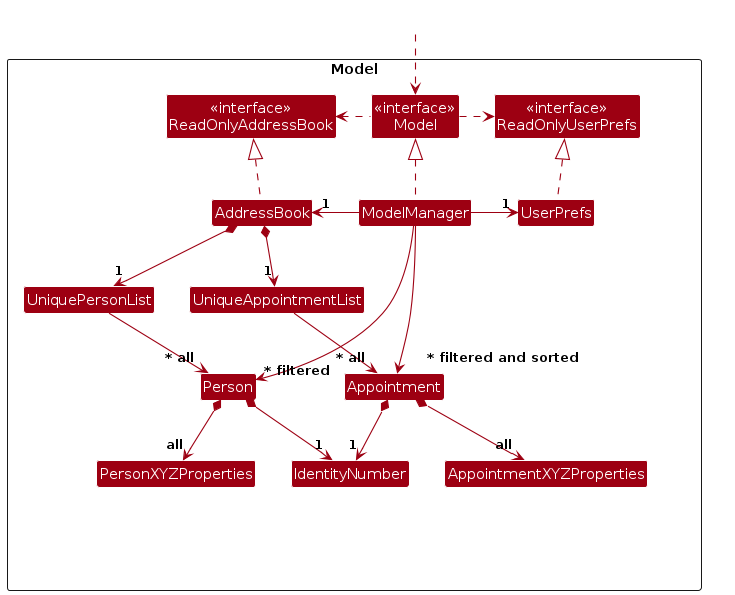
This is diagrams/ModelClassDiagram.png from bananapielearnsjava/tp, a PlantUML export, as it was before one commit. Its source is kept beside it as diagrams/ModelClassDiagram.puml.
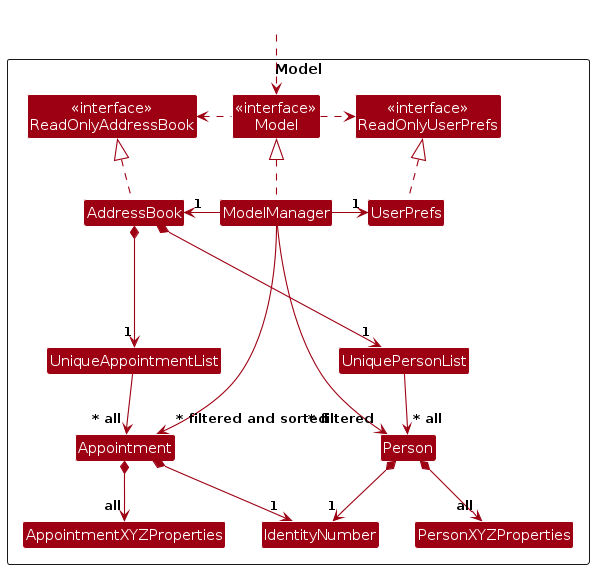
After the commit.

The edit, as a diff of the source:
```diff
@@ -4,6 +4,7 @@
 skinparam arrowColor MODEL_COLOR
 skinparam classBackgroundColor MODEL_COLOR
 
+Class HiddenOutside #FFFFFF
 Package Model as ModelPackage <<Rectangle>>{
 Class "<<interface>>\nReadOnlyAddressBook" as ReadOnlyAddressBook
 Class "<<interface>>\nReadOnlyUserPrefs" as ReadOnlyUserPrefs
@@ -23,11 +24,10 @@
 
 Class AppointmentXYZProperties
 
-Class I #FFFFFF
-}
+Class I #FFFFFF {}
+Class J #FFFFFF {}
 
-Class HiddenOutside #FFFFFF
-HiddenOutside ..> Model
+HiddenOutside .down.> Model
 
 AddressBook .up.|> ReadOnlyAddressBook
 
@@ -38,8 +38,8 @@
 ModelManager -right-> "1" UserPrefs
 UserPrefs .up.|> ReadOnlyUserPrefs
 
-AddressBook *--> "1" UniquePersonList
-AddressBook *--> "1" UniqueAppointmentList
+AddressBook *-right-> "1" UniquePersonList
+AddressBook *-down-> "1" UniqueAppointmentList
 UniquePersonList -down-> "~* all" Person
 UniqueAppointmentList -down-> "~* all" Appointment
 Person *--> "1" IdentityNumber
@@ -51,14 +51,14 @@
 ModelManager --> "~* filtered" Person
 ModelManager --> "~* filtered and sorted" Appointment
 
+UserPrefs -[hidden]--> UniquePersonList
+UniqueAppointmentList -[hidden]right-> UniquePersonList
+Appointment -[hidden]right-> J
 
-Person -[hidden]down--> I
-UniquePersonList -[hidden]right-> I
-Appointment -[hidden]down--> I
-Appointment -[hidden]left--> Person
-
-PersonXYZProperties -[hidden]right-> IdentityNumber
-AppointmentXYZProperties -[hidden]left-> IdentityNumber
-
+PersonXYZProperties -[hidden]left-> IdentityNumber
+AppointmentXYZProperties -[hidden]right-> IdentityNumber
+Person -[hidden]left--> I
+Appointment -[hidden]right--> I
+I -[hidden]-> IdentityNumber
 
 @enduml
```
